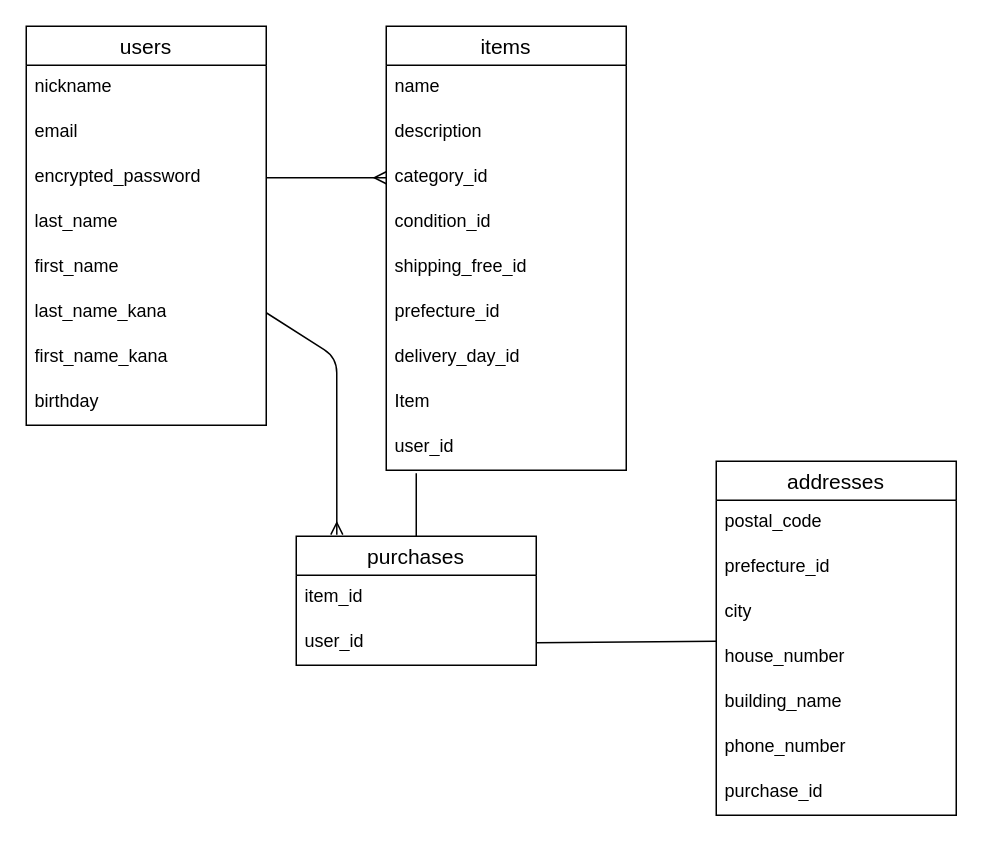
Earlier version of the draw.io diagram furimaER.dio (kaito8958/furima-46645). Source tidied: cells renumbered, new cells numbered last; positions are measured from the earlier drawing's top-left corner, leaving out a move shared by most shapes. Both pictures are drawn from the tidied source at 150%, with x=0, y=0 at pixel (26, 26).
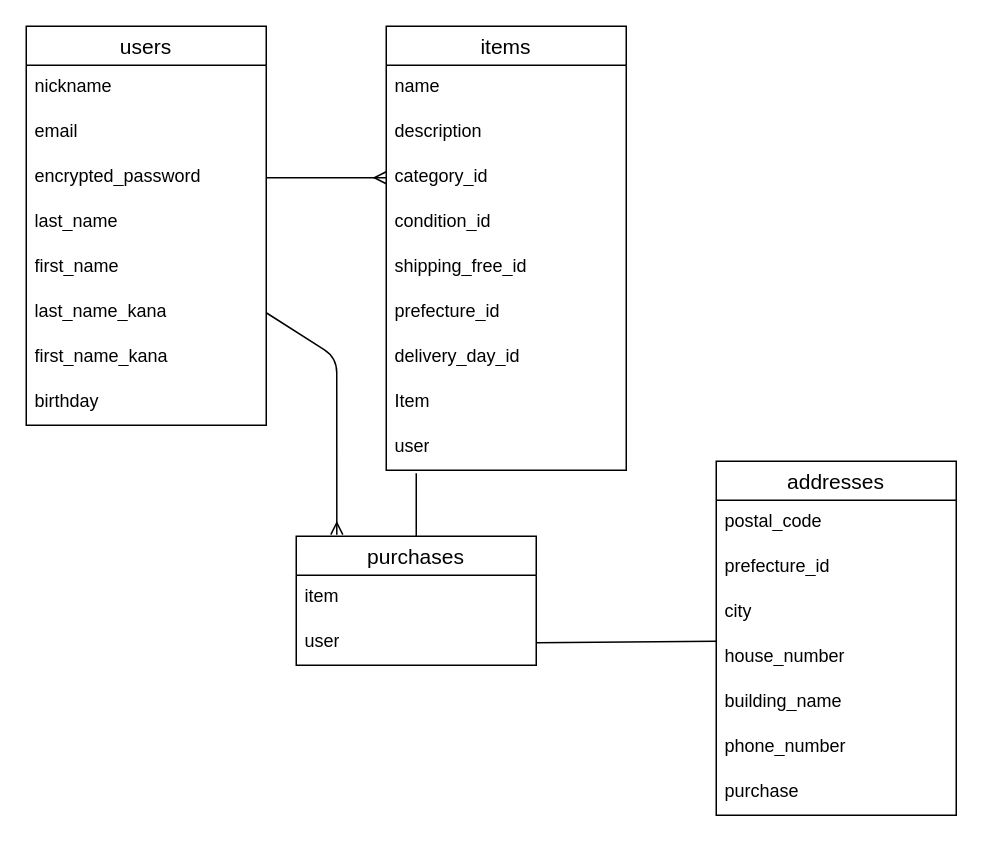
Above is the later version.

Unchanged cells that the change refers to:
```xml
<mxCell id="11" value="items" style="swimlane;fontStyle=0;horizontal=1;startSize=26;align=center;fontSize=14;" parent="1" vertex="1">
  <mxGeometry x="240" width="160" height="296" as="geometry" />
</mxCell>
<mxCell id="21" value="purchases" style="swimlane;fontStyle=0;horizontal=1;startSize=26;align=center;fontSize=14;" parent="1" vertex="1">
  <mxGeometry x="180" y="340" width="160" height="86" as="geometry" />
</mxCell>
<mxCell id="24" value="addresses" style="swimlane;fontStyle=0;horizontal=1;startSize=26;align=center;fontSize=14;" parent="1" vertex="1">
  <mxGeometry x="460" y="290" width="160" height="236" as="geometry" />
</mxCell>
```

The edit, as a diff of the source:
```diff
@@
-    <mxCell id="20" value="user_id" style="text;strokeColor=none;fillColor=none;spacingLeft=4;spacingRight=4;overflow=hidden;points=[[0,0.5],[1,0.5]];portConstraint=eastwest;fontSize=12;whiteSpace=wrap;html=1;" parent="11" vertex="1">
+    <mxCell id="20" value="user" style="text;strokeColor=none;fillColor=none;spacingLeft=4;spacingRight=4;overflow=hidden;points=[[0,0.5],[1,0.5]];portConstraint=eastwest;fontSize=12;whiteSpace=wrap;html=1;" parent="11" vertex="1">
       <mxGeometry y="266" width="160" height="30" as="geometry" />
     </mxCell>
@@
-    <mxCell id="22" value="item_id" style="text;strokeColor=none;fillColor=none;spacingLeft=4;spacingRight=4;overflow=hidden;fontSize=12;whiteSpace=wrap;html=1;" parent="21" vertex="1">
+    <mxCell id="22" value="item" style="text;strokeColor=none;fillColor=none;spacingLeft=4;spacingRight=4;overflow=hidden;fontSize=12;whiteSpace=wrap;html=1;" parent="21" vertex="1">
       <mxGeometry y="26" width="160" height="30" as="geometry" />
     </mxCell>
-    <mxCell id="23" value="user_id" style="text;strokeColor=none;fillColor=none;spacingLeft=4;spacingRight=4;overflow=hidden;points=[[0,0.5],[1,0.5]];portConstraint=eastwest;fontSize=12;whiteSpace=wrap;html=1;" parent="21" vertex="1">
+    <mxCell id="23" value="user" style="text;strokeColor=none;fillColor=none;spacingLeft=4;spacingRight=4;overflow=hidden;points=[[0,0.5],[1,0.5]];portConstraint=eastwest;fontSize=12;whiteSpace=wrap;html=1;" parent="21" vertex="1">
       <mxGeometry y="56" width="160" height="30" as="geometry" />
     </mxCell>
@@
-    <mxCell id="31" value="purchase_id" style="text;strokeColor=none;fillColor=none;spacingLeft=4;spacingRight=4;overflow=hidden;fontSize=12;whiteSpace=wrap;html=1;" parent="24" vertex="1">
+    <mxCell id="31" value="purchase" style="text;strokeColor=none;fillColor=none;spacingLeft=4;spacingRight=4;overflow=hidden;fontSize=12;whiteSpace=wrap;html=1;" parent="24" vertex="1">
       <mxGeometry y="206" width="160" height="30" as="geometry" />
     </mxCell>
```
